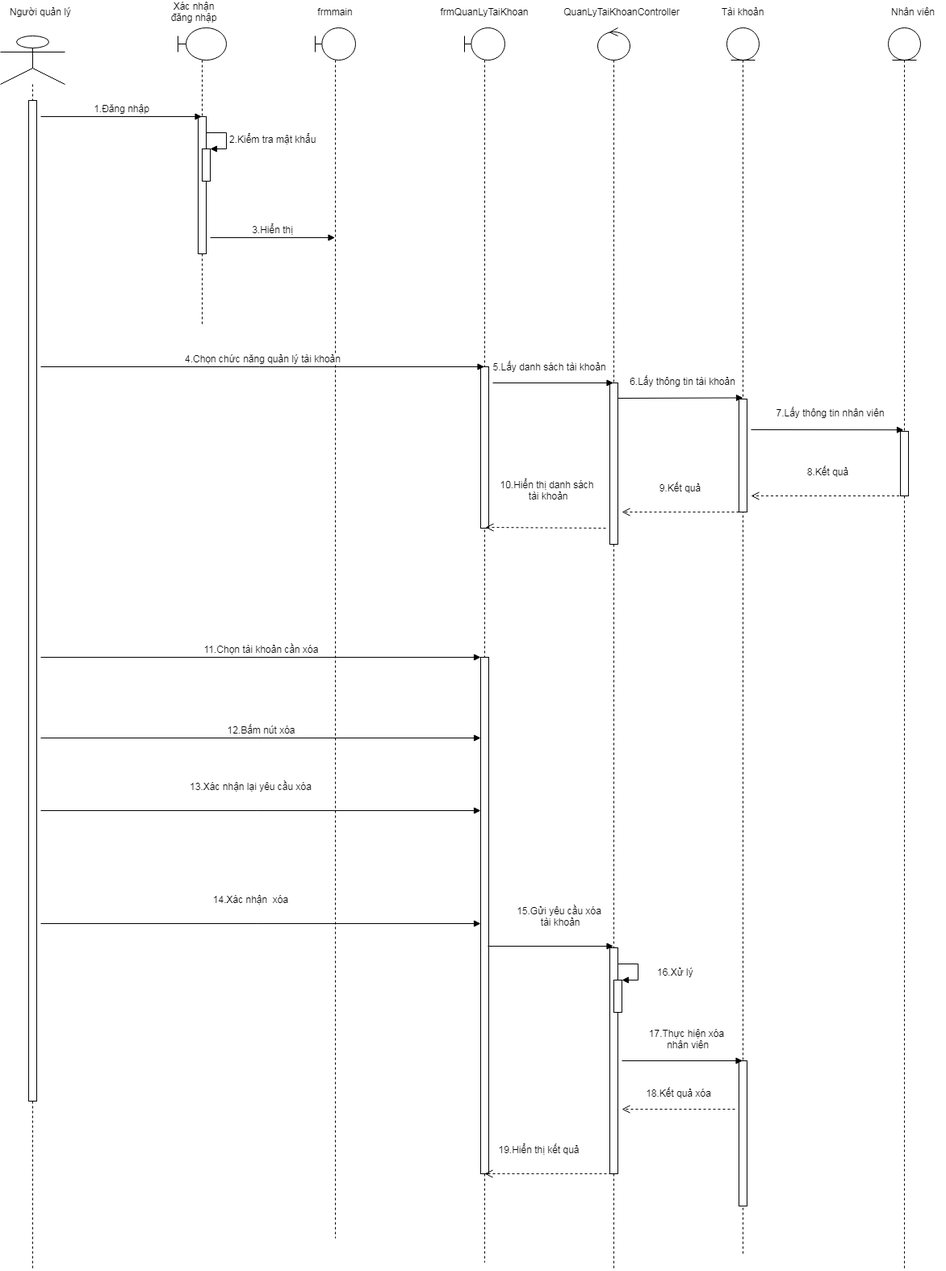
The draw.io diagram Phan_Tich_Thiet_Ke/Diagram/Sequence_Diagram/Sequence_Diagram_QuanLyTaiKhoan_XoaTaiKhoan.png in KNhaa/DoAnCNPM, before a commit. Source tidied: cells renumbered, new cells last; positions are measured from the earlier drawing's top-left corner, leaving out a move shared by most shapes.
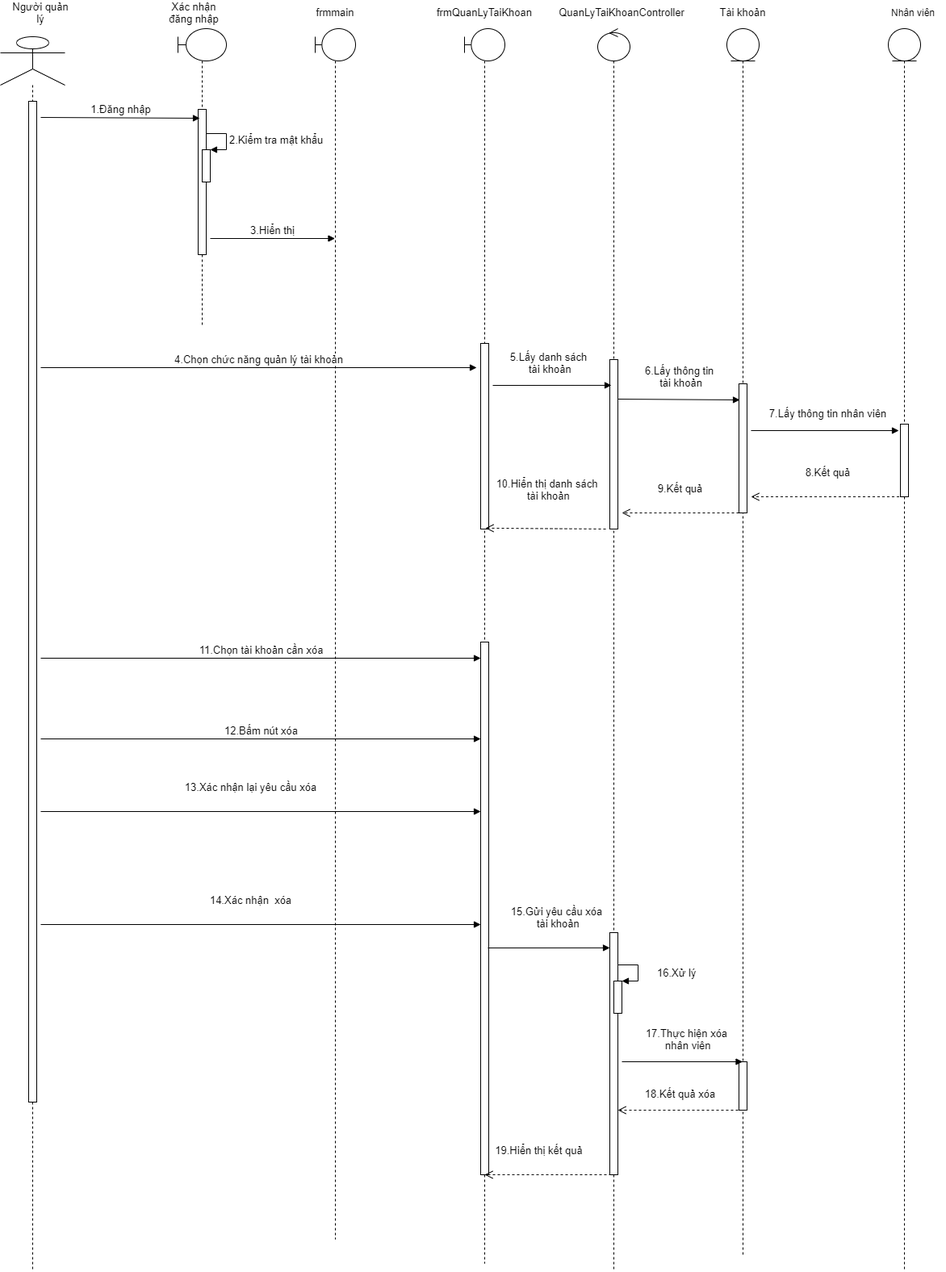
The same diagram one commit later.

Change to the diagram source:
```diff
@@ -12,12 +12,12 @@
       <mxGeometry x="220" y="30" width="60" height="370" as="geometry" />
     </mxCell>
     <mxCell id="5" style="html=1;points=[];perimeter=orthogonalPerimeter;" parent="4" vertex="1">
-      <mxGeometry x="25" y="110" width="10" height="170" as="geometry" />
+      <mxGeometry x="25" y="100" width="10" height="180" as="geometry" />
     </mxCell>
     <mxCell id="6" style="html=1;points=[];perimeter=orthogonalPerimeter;" parent="4" vertex="1">
       <mxGeometry x="30" y="150" width="10" height="40" as="geometry" />
     </mxCell>
-    <mxCell id="7" value="&lt;font style=&quot;font-size: 12px&quot;&gt;2.Kiểm tra mật khẩu&lt;/font&gt;" style="edgeStyle=orthogonalEdgeStyle;html=1;align=left;spacingLeft=2;endArrow=block;rounded=0;entryX=1;entryY=0;" parent="4" edge="1" target="6">
+    <mxCell id="7" value="&lt;font style=&quot;font-size: 13px&quot;&gt;2.Kiểm tra mật khẩu&lt;/font&gt;" style="edgeStyle=orthogonalEdgeStyle;html=1;align=left;spacingLeft=2;endArrow=block;rounded=0;entryX=1;entryY=0;" parent="4" edge="1" target="6">
       <mxGeometry relative="1" as="geometry">
         <mxPoint x="35" y="130" as="sourcePoint" />
         <Array as="points">
@@ -32,24 +32,24 @@
       <mxGeometry x="900" y="30" width="40" height="1520" as="geometry" />
     </mxCell>
     <mxCell id="10" style="html=1;points=[];perimeter=orthogonalPerimeter;" parent="9" vertex="1">
-      <mxGeometry x="15" y="460" width="10" height="140" as="geometry" />
+      <mxGeometry x="15" y="440" width="10" height="160" as="geometry" />
     </mxCell>
     <mxCell id="11" style="html=1;points=[];perimeter=orthogonalPerimeter;" parent="9" vertex="1">
-      <mxGeometry x="15" y="1280" width="10" height="180" as="geometry" />
+      <mxGeometry x="15" y="1280" width="10" height="60" as="geometry" />
     </mxCell>
     <mxCell id="12" style="shape=umlLifeline;participant=umlControl;perimeter=lifelinePerimeter;whiteSpace=wrap;html=1;verticalAlign=top;spacingTop=36;outlineConnect=0;" parent="1" vertex="1">
       <mxGeometry x="740" y="30" width="40" height="1540" as="geometry" />
     </mxCell>
     <mxCell id="13" style="html=1;points=[];perimeter=orthogonalPerimeter;" parent="12" vertex="1">
-      <mxGeometry x="15" y="440" width="10" height="200" as="geometry" />
+      <mxGeometry x="15" y="410" width="10" height="210" as="geometry" />
     </mxCell>
     <mxCell id="14" style="html=1;points=[];perimeter=orthogonalPerimeter;" parent="12" vertex="1">
-      <mxGeometry x="15" y="1140" width="10" height="280" as="geometry" />
+      <mxGeometry x="15" y="1120" width="10" height="300" as="geometry" />
     </mxCell>
     <mxCell id="15" style="html=1;points=[];perimeter=orthogonalPerimeter;" parent="12" vertex="1">
       <mxGeometry x="20" y="1180" width="10" height="40" as="geometry" />
     </mxCell>
-    <mxCell id="16" value="&lt;font style=&quot;font-size: 12px&quot;&gt;16.Xử lý&lt;/font&gt;" style="edgeStyle=orthogonalEdgeStyle;html=1;align=left;spacingLeft=2;endArrow=block;rounded=0;entryX=1;entryY=0;" parent="12" edge="1" target="15">
+    <mxCell id="16" value="&lt;font style=&quot;font-size: 13px&quot;&gt;16.Xử lý&lt;/font&gt;" style="edgeStyle=orthogonalEdgeStyle;html=1;align=left;spacingLeft=2;endArrow=block;rounded=0;entryX=1;entryY=0;" parent="12" edge="1" target="15">
       <mxGeometry x="0.08" y="20" relative="1" as="geometry">
         <mxPoint x="25" y="1160" as="sourcePoint" />
         <Array as="points">
@@ -57,107 +57,105 @@
         </Array>
       </mxGeometry>
     </mxCell>
-    <mxCell id="17" value="Người quản lý" style="text;html=1;strokeColor=none;fillColor=none;align=center;verticalAlign=middle;whiteSpace=wrap;rounded=0;" parent="1" vertex="1">
+    <mxCell id="17" value="&lt;font style=&quot;font-size: 13px&quot;&gt;Người quản lý&lt;/font&gt;" style="text;html=1;strokeColor=none;fillColor=none;align=center;verticalAlign=middle;whiteSpace=wrap;rounded=0;" parent="1" vertex="1">
       <mxGeometry x="10" width="80" height="20" as="geometry" />
     </mxCell>
-    <mxCell id="18" value="Xác nhận đăng nhập" style="text;html=1;strokeColor=none;fillColor=none;align=center;verticalAlign=middle;whiteSpace=wrap;rounded=0;" parent="1" vertex="1">
+    <mxCell id="18" value="&lt;font style=&quot;font-size: 13px&quot;&gt;Xác nhận đăng nhập&lt;/font&gt;" style="text;html=1;strokeColor=none;fillColor=none;align=center;verticalAlign=middle;whiteSpace=wrap;rounded=0;" parent="1" vertex="1">
       <mxGeometry x="200" width="80" height="20" as="geometry" />
     </mxCell>
-    <mxCell id="19" value="frmmain" style="text;html=1;strokeColor=none;fillColor=none;align=center;verticalAlign=middle;whiteSpace=wrap;rounded=0;" parent="1" vertex="1">
+    <mxCell id="19" value="&lt;font style=&quot;font-size: 13px&quot;&gt;frmmain&lt;/font&gt;" style="text;html=1;strokeColor=none;fillColor=none;align=center;verticalAlign=middle;whiteSpace=wrap;rounded=0;" parent="1" vertex="1">
       <mxGeometry x="375" width="80" height="20" as="geometry" />
     </mxCell>
-    <mxCell id="20" value="frmQuanLyTaiKhoan" style="text;html=1;strokeColor=none;fillColor=none;align=center;verticalAlign=middle;whiteSpace=wrap;rounded=0;" parent="1" vertex="1">
+    <mxCell id="20" value="&lt;font style=&quot;font-size: 13px&quot;&gt;frmQuanLyTaiKhoan&lt;/font&gt;" style="text;html=1;strokeColor=none;fillColor=none;align=center;verticalAlign=middle;whiteSpace=wrap;rounded=0;" parent="1" vertex="1">
       <mxGeometry x="560" width="80" height="20" as="geometry" />
     </mxCell>
-    <mxCell id="21" value="Tài khoản" style="text;html=1;strokeColor=none;fillColor=none;align=center;verticalAlign=middle;whiteSpace=wrap;rounded=0;" parent="1" vertex="1">
+    <mxCell id="21" value="&lt;font style=&quot;font-size: 13px&quot;&gt;Tài khoản&lt;/font&gt;" style="text;html=1;strokeColor=none;fillColor=none;align=center;verticalAlign=middle;whiteSpace=wrap;rounded=0;" parent="1" vertex="1">
       <mxGeometry x="880" width="80" height="20" as="geometry" />
     </mxCell>
     <mxCell id="22" style="shape=umlLifeline;participant=umlBoundary;perimeter=lifelinePerimeter;whiteSpace=wrap;html=1;verticalAlign=top;spacingTop=36;outlineConnect=0;" parent="1" vertex="1">
       <mxGeometry x="575" y="30" width="50" height="1530" as="geometry" />
     </mxCell>
     <mxCell id="23" style="html=1;points=[];perimeter=orthogonalPerimeter;" parent="22" vertex="1">
-      <mxGeometry x="20" y="420" width="10" height="200" as="geometry" />
+      <mxGeometry x="20" y="390" width="10" height="230" as="geometry" />
     </mxCell>
     <mxCell id="24" style="html=1;points=[];perimeter=orthogonalPerimeter;" parent="22" vertex="1">
-      <mxGeometry x="20" y="780" width="10" height="640" as="geometry" />
+      <mxGeometry x="20" y="760" width="10" height="660" as="geometry" />
     </mxCell>
-    <mxCell id="25" value="QuanLyTaiKhoanController" style="text;html=1;strokeColor=none;fillColor=none;align=center;verticalAlign=middle;whiteSpace=wrap;rounded=0;" parent="1" vertex="1">
+    <mxCell id="25" value="&lt;font style=&quot;font-size: 13px&quot;&gt;QuanLyTaiKhoanController&lt;/font&gt;" style="text;html=1;strokeColor=none;fillColor=none;align=center;verticalAlign=middle;whiteSpace=wrap;rounded=0;" parent="1" vertex="1">
       <mxGeometry x="730" width="80" height="20" as="geometry" />
     </mxCell>
-    <mxCell id="26" value="&lt;font style=&quot;font-size: 12px&quot;&gt;1.Đăng nhập&lt;/font&gt;" style="html=1;verticalAlign=bottom;endArrow=block;" parent="1" edge="1" target="4">
+    <mxCell id="26" value="&lt;font style=&quot;font-size: 13px&quot;&gt;1.Đăng nhập&lt;/font&gt;" style="html=1;verticalAlign=bottom;endArrow=block;entryX=0.2;entryY=0.061;entryDx=0;entryDy=0;entryPerimeter=0;" parent="1" edge="1" target="5">
       <mxGeometry relative="1" as="geometry">
         <mxPoint x="50" y="140" as="sourcePoint" />
       </mxGeometry>
     </mxCell>
-    <mxCell id="27" value="&lt;font style=&quot;font-size: 12px&quot;&gt;3.Hiển thị&lt;/font&gt;" style="html=1;verticalAlign=bottom;endArrow=block;" parent="1" edge="1" target="8">
+    <mxCell id="27" value="&lt;font style=&quot;font-size: 13px&quot;&gt;3.Hiển thị&lt;/font&gt;" style="html=1;verticalAlign=bottom;endArrow=block;" parent="1" edge="1" target="8">
       <mxGeometry relative="1" as="geometry">
         <mxPoint x="260" y="290" as="sourcePoint" />
       </mxGeometry>
     </mxCell>
-    <mxCell id="28" value="&lt;font style=&quot;font-size: 12px&quot;&gt;4.Chọn chức năng quản lý tài khoản&lt;/font&gt;" style="html=1;verticalAlign=bottom;endArrow=block;" parent="1" edge="1" target="22">
+    <mxCell id="28" value="&lt;font style=&quot;font-size: 13px&quot;&gt;4.Chọn chức năng quản lý tài khoản&lt;/font&gt;" style="html=1;verticalAlign=bottom;endArrow=block;" parent="1" edge="1">
       <mxGeometry relative="1" as="geometry">
         <mxPoint x="50" y="450" as="sourcePoint" />
+        <mxPoint x="590" y="450" as="targetPoint" />
       </mxGeometry>
     </mxCell>
-    <mxCell id="29" value="&lt;font style=&quot;font-size: 12px&quot;&gt;5.Lấy danh sách tài khoản&lt;/font&gt;" style="html=1;verticalAlign=bottom;endArrow=block;" parent="1" edge="1" target="12">
+    <mxCell id="29" value="&lt;font style=&quot;font-size: 13px&quot;&gt;5.Lấy danh sách&lt;br&gt;&amp;nbsp;tài khoản&lt;/font&gt;" style="html=1;verticalAlign=bottom;endArrow=block;entryX=0.2;entryY=0.152;entryDx=0;entryDy=0;entryPerimeter=0;" parent="1" edge="1" target="13">
       <mxGeometry x="-0.06" y="10" relative="1" as="geometry">
-        <mxPoint x="610" y="470" as="sourcePoint" />
+        <mxPoint x="610" y="472" as="sourcePoint" />
       </mxGeometry>
     </mxCell>
-    <mxCell id="30" value="&lt;font style=&quot;font-size: 12px&quot;&gt;6.Lấy thông tin tài khoản&lt;/font&gt;" style="html=1;verticalAlign=bottom;endArrow=block;entryX=0.5;entryY=-0.011;entryDx=0;entryDy=0;entryPerimeter=0;" parent="1" edge="1" target="10">
+    <mxCell id="30" value="&lt;font style=&quot;font-size: 13px&quot;&gt;6.Lấy thông tin &lt;br&gt;tài khoản&lt;/font&gt;" style="html=1;verticalAlign=bottom;endArrow=block;entryX=0.1;entryY=0.125;entryDx=0;entryDy=0;entryPerimeter=0;" parent="1" edge="1" target="10">
       <mxGeometry x="0.04" y="11" relative="1" as="geometry">
         <mxPoint x="765" y="489" as="sourcePoint" />
       </mxGeometry>
     </mxCell>
-    <mxCell id="31" value="&lt;font style=&quot;font-size: 12px&quot;&gt;9.Kết quả&lt;/font&gt;" style="html=1;verticalAlign=bottom;endArrow=open;dashed=1;endSize=8;exitX=0;exitY=1;exitDx=0;exitDy=0;exitPerimeter=0;" parent="1" edge="1" source="10">
+    <mxCell id="31" value="&lt;font style=&quot;font-size: 13px&quot;&gt;9.Kết quả&lt;/font&gt;" style="html=1;verticalAlign=bottom;endArrow=open;dashed=1;endSize=8;exitX=0;exitY=1;exitDx=0;exitDy=0;exitPerimeter=0;" parent="1" edge="1" source="10">
       <mxGeometry y="-20" relative="1" as="geometry">
         <mxPoint x="770" y="630" as="targetPoint" />
       </mxGeometry>
     </mxCell>
-    <mxCell id="32" value="&lt;font style=&quot;font-size: 12px&quot;&gt;10.Hiển thị danh sách&lt;br&gt;&lt;font style=&quot;font-size: 12px&quot;&gt;&amp;nbsp;tài khoản&lt;/font&gt;&lt;/font&gt;" style="html=1;verticalAlign=bottom;endArrow=open;dashed=1;endSize=8;entryX=0.6;entryY=0.995;entryDx=0;entryDy=0;entryPerimeter=0;" parent="1" edge="1" target="23">
+    <mxCell id="32" value="&lt;font style=&quot;font-size: 13px&quot;&gt;10.Hiển thị danh sách&lt;br&gt;&lt;font style=&quot;font-size: 13px&quot;&gt;&amp;nbsp;tài khoản&lt;/font&gt;&lt;/font&gt;" style="html=1;verticalAlign=bottom;endArrow=open;dashed=1;endSize=8;entryX=0.6;entryY=0.995;entryDx=0;entryDy=0;entryPerimeter=0;" parent="1" edge="1" target="23">
       <mxGeometry x="-0.01" y="-30" relative="1" as="geometry">
         <mxPoint x="750" y="650" as="sourcePoint" />
       </mxGeometry>
     </mxCell>
-    <mxCell id="33" value="&lt;span style=&quot;font-size: 12px&quot;&gt;11.Chọn tài khoản cần xóa&lt;/span&gt;" style="html=1;verticalAlign=bottom;endArrow=block;" parent="1" edge="1" target="24">
+    <mxCell id="33" value="&lt;font style=&quot;font-size: 13px&quot;&gt;11.Chọn tài khoản cần xóa&lt;/font&gt;" style="html=1;verticalAlign=bottom;endArrow=block;" parent="1" edge="1" target="24">
       <mxGeometry relative="1" as="geometry">
         <mxPoint x="50" y="810" as="sourcePoint" />
       </mxGeometry>
     </mxCell>
-    <mxCell id="34" value="&lt;span style=&quot;font-size: 12px&quot;&gt;12.Bấm nút xóa&lt;/span&gt;" style="html=1;verticalAlign=bottom;endArrow=block;" parent="1" edge="1">
+    <mxCell id="34" value="&lt;font style=&quot;font-size: 13px&quot;&gt;12.Bấm nút xóa&lt;/font&gt;" style="html=1;verticalAlign=bottom;endArrow=block;" parent="1" edge="1">
       <mxGeometry relative="1" as="geometry">
         <mxPoint x="50" y="910" as="sourcePoint" />
         <mxPoint x="595" y="910" as="targetPoint" />
       </mxGeometry>
     </mxCell>
-    <mxCell id="35" value="&lt;span style=&quot;font-size: 12px&quot;&gt;13.Xác nhận lại yêu cầu xóa&lt;/span&gt;" style="html=1;verticalAlign=bottom;endArrow=block;" parent="1" edge="1">
+    <mxCell id="35" value="&lt;font style=&quot;font-size: 13px&quot;&gt;13.Xác nhận lại yêu cầu xóa&lt;/font&gt;" style="html=1;verticalAlign=bottom;endArrow=block;" parent="1" edge="1">
       <mxGeometry x="-0.05" y="20" relative="1" as="geometry">
         <mxPoint x="50" y="1000" as="sourcePoint" />
         <mxPoint x="595" y="1000" as="targetPoint" />
       </mxGeometry>
     </mxCell>
-    <mxCell id="36" value="&lt;font style=&quot;font-size: 12px&quot;&gt;&lt;font style=&quot;font-size: 12px&quot;&gt;15.Gửi yêu cầu xóa&lt;br&gt;&lt;/font&gt;&lt;font style=&quot;font-size: 12px&quot;&gt;&amp;nbsp;tài khoản&lt;/font&gt;&lt;/font&gt;" style="html=1;verticalAlign=bottom;endArrow=block;" parent="1" edge="1" target="12">
+    <mxCell id="36" value="&lt;font style=&quot;font-size: 13px&quot;&gt;&lt;font style=&quot;font-size: 13px&quot;&gt;15.Gửi yêu cầu xóa&lt;br&gt;&lt;/font&gt;&lt;font style=&quot;font-size: 13px&quot;&gt;&amp;nbsp;tài khoản&lt;/font&gt;&lt;/font&gt;" style="html=1;verticalAlign=bottom;endArrow=block;entryX=0;entryY=0.063;entryDx=0;entryDy=0;entryPerimeter=0;" parent="1" edge="1" target="14">
       <mxGeometry x="0.13" y="20" relative="1" as="geometry">
-        <mxPoint x="604" y="1168" as="sourcePoint" />
+        <mxPoint x="604" y="1169" as="sourcePoint" />
       </mxGeometry>
     </mxCell>
-    <mxCell id="37" value="&lt;font style=&quot;font-size: 12px&quot;&gt;17.Thực hiện xóa&lt;br&gt;&amp;nbsp;nhân viên&lt;/font&gt;" style="html=1;verticalAlign=bottom;endArrow=block;" parent="1" edge="1" target="9">
+    <mxCell id="37" value="&lt;font style=&quot;font-size: 13px&quot;&gt;17.Thực hiện xóa&lt;br&gt;&amp;nbsp;nhân viên&lt;/font&gt;" style="html=1;verticalAlign=bottom;endArrow=block;" parent="1" edge="1" target="9">
       <mxGeometry x="0.07" y="10" relative="1" as="geometry">
         <mxPoint x="770" y="1310" as="sourcePoint" />
       </mxGeometry>
     </mxCell>
-    <mxCell id="38" value="&lt;font style=&quot;font-size: 12px&quot;&gt;18.Kết quả xóa&lt;/font&gt;" style="html=1;verticalAlign=bottom;endArrow=open;dashed=1;endSize=8;" parent="1" edge="1">
-      <mxGeometry y="-10" relative="1" as="geometry">
-        <mxPoint x="910" y="1370" as="sourcePoint" />
-        <mxPoint x="770" y="1370" as="targetPoint" />
-      </mxGeometry>
+    <mxCell id="38" value="&lt;font style=&quot;font-size: 13px&quot;&gt;18.Kết quả xóa&lt;/font&gt;" style="html=1;verticalAlign=bottom;endArrow=open;dashed=1;endSize=8;exitX=0.5;exitY=1;exitDx=0;exitDy=0;exitPerimeter=0;" parent="1" edge="1" source="11" target="14">
+      <mxGeometry y="-10" relative="1" as="geometry" />
     </mxCell>
-    <mxCell id="39" value="&lt;span style=&quot;font-size: 12px&quot;&gt;19.Hiển thị kết quả&lt;/span&gt;" style="html=1;verticalAlign=bottom;endArrow=open;dashed=1;endSize=8;exitX=0.2;exitY=1;exitDx=0;exitDy=0;exitPerimeter=0;" parent="1" edge="1" source="14">
+    <mxCell id="39" value="&lt;font style=&quot;font-size: 13px&quot;&gt;19.Hiển thị kết quả&lt;/font&gt;" style="html=1;verticalAlign=bottom;endArrow=open;dashed=1;endSize=8;exitX=0.2;exitY=1;exitDx=0;exitDy=0;exitPerimeter=0;" parent="1" edge="1" source="14">
       <mxGeometry x="0.14" y="-20" relative="1" as="geometry">
         <mxPoint x="600" y="1450" as="targetPoint" />
       </mxGeometry>
     </mxCell>
-    <mxCell id="40" value="&lt;span style=&quot;font-size: 12px&quot;&gt;14.Xác nhận&amp;nbsp; xóa&lt;/span&gt;" style="html=1;verticalAlign=bottom;endArrow=block;" parent="1" edge="1">
+    <mxCell id="40" value="&lt;font style=&quot;font-size: 13px&quot;&gt;14.Xác nhận&amp;nbsp; xóa&lt;/font&gt;" style="html=1;verticalAlign=bottom;endArrow=block;" parent="1" edge="1">
       <mxGeometry x="-0.05" y="20" relative="1" as="geometry">
         <mxPoint x="50" y="1140" as="sourcePoint" />
         <mxPoint x="595" y="1140" as="targetPoint" />
@@ -169,15 +167,15 @@
     <mxCell id="42" value="Nhân viên" style="text;html=1;strokeColor=none;fillColor=none;align=center;verticalAlign=middle;whiteSpace=wrap;rounded=0;" parent="1" vertex="1">
       <mxGeometry x="1091" width="80" height="20" as="geometry" />
     </mxCell>
-    <mxCell id="43" value="&lt;font style=&quot;font-size: 12px&quot;&gt;7.Lấy thông tin nhân viên&lt;/font&gt;" style="html=1;verticalAlign=bottom;endArrow=block;entryX=0.4;entryY=-0.022;entryDx=0;entryDy=0;entryPerimeter=0;" parent="1" edge="1" target="44">
+    <mxCell id="43" value="&lt;font style=&quot;font-size: 13px&quot;&gt;7.Lấy thông tin nhân viên&lt;/font&gt;" style="html=1;verticalAlign=bottom;endArrow=block;entryX=-0.2;entryY=0.089;entryDx=0;entryDy=0;entryPerimeter=0;" parent="1" edge="1" target="44">
       <mxGeometry x="0.04" y="11" relative="1" as="geometry">
         <mxPoint x="930" y="528" as="sourcePoint" />
       </mxGeometry>
     </mxCell>
     <mxCell id="44" style="html=1;points=[];perimeter=orthogonalPerimeter;" parent="1" vertex="1">
-      <mxGeometry x="1115" y="530" width="10" height="80" as="geometry" />
+      <mxGeometry x="1115" y="520" width="10" height="90" as="geometry" />
     </mxCell>
-    <mxCell id="45" value="&lt;font style=&quot;font-size: 12px&quot;&gt;8.Kết quả&lt;/font&gt;" style="html=1;verticalAlign=bottom;endArrow=open;dashed=1;endSize=8;" parent="1" edge="1" source="41">
+    <mxCell id="45" value="&lt;font style=&quot;font-size: 13px&quot;&gt;8.Kết quả&lt;/font&gt;" style="html=1;verticalAlign=bottom;endArrow=open;dashed=1;endSize=8;" parent="1" edge="1" source="41">
       <mxGeometry y="-20" relative="1" as="geometry">
         <mxPoint x="930" y="610" as="targetPoint" />
       </mxGeometry>
```
